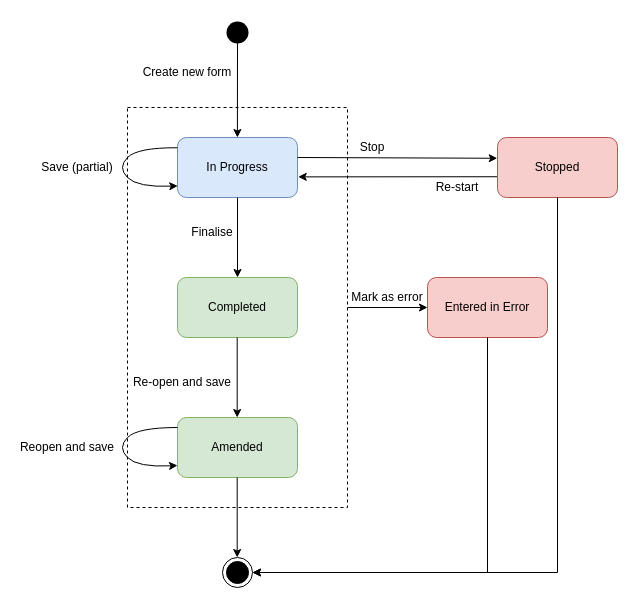
Above: input/images/GPCCMPStateMachine.drawio in aehrc/gpccmp-fhir-ig (draw.io), before the change. Source tidied: cells renumbered, new cells numbered last; positions are measured from the earlier drawing's top-left corner, leaving out a move shared by most shapes. Both pictures are drawn from the tidied source at 100%, with x=0, y=0 at pixel (17, 17).
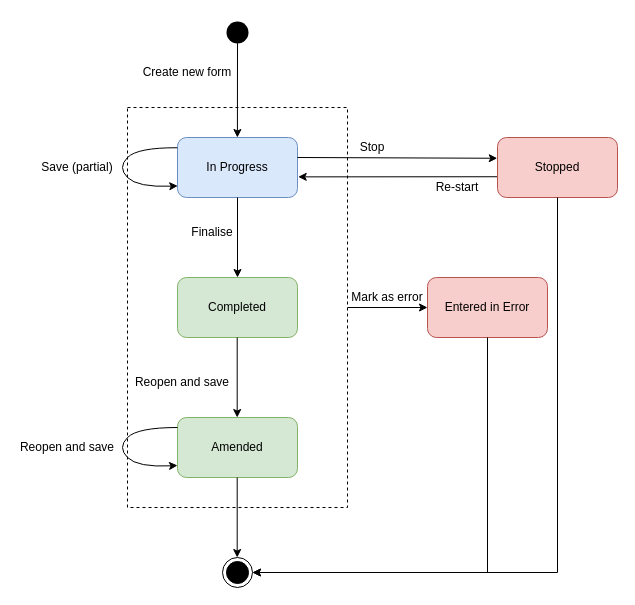
After the change.

Change to the diagram source:
```diff
@@
-    <mxCell id="23" value="Re-open and save" style="text;html=1;whiteSpace=wrap;strokeColor=none;fillColor=none;align=center;verticalAlign=middle;rounded=0;" parent="1" vertex="1">
+    <mxCell id="23" value="Reopen and save" style="text;html=1;whiteSpace=wrap;strokeColor=none;fillColor=none;align=center;verticalAlign=middle;rounded=0;" parent="1" vertex="1">
       <mxGeometry x="110" y="350" width="110" height="30" as="geometry" />
     </mxCell>
```
